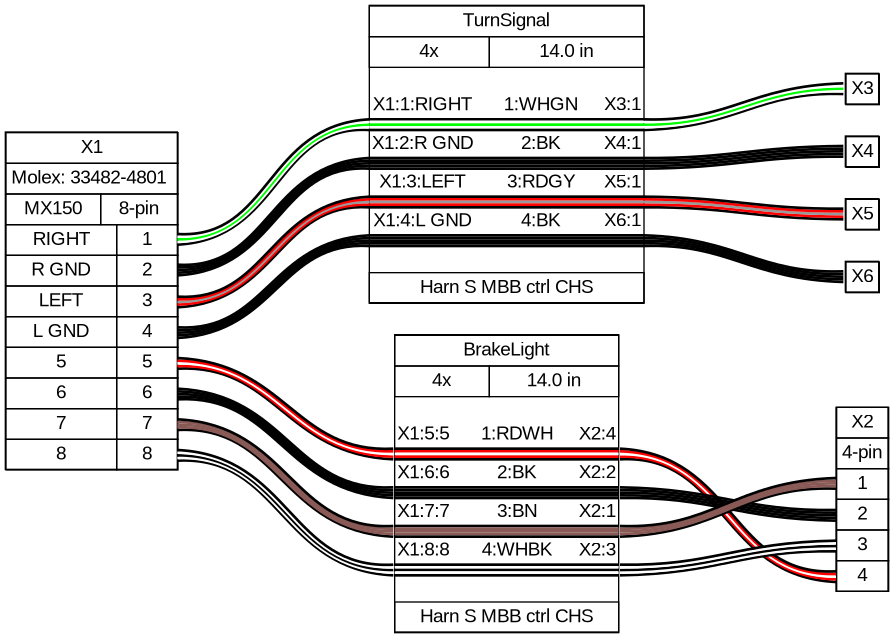
Above: harness/rear_lights.png in atomicdog/ZeroMotoWireharness (Graphviz), before the change. Its source is kept beside it as harness/rear_lights.gv.
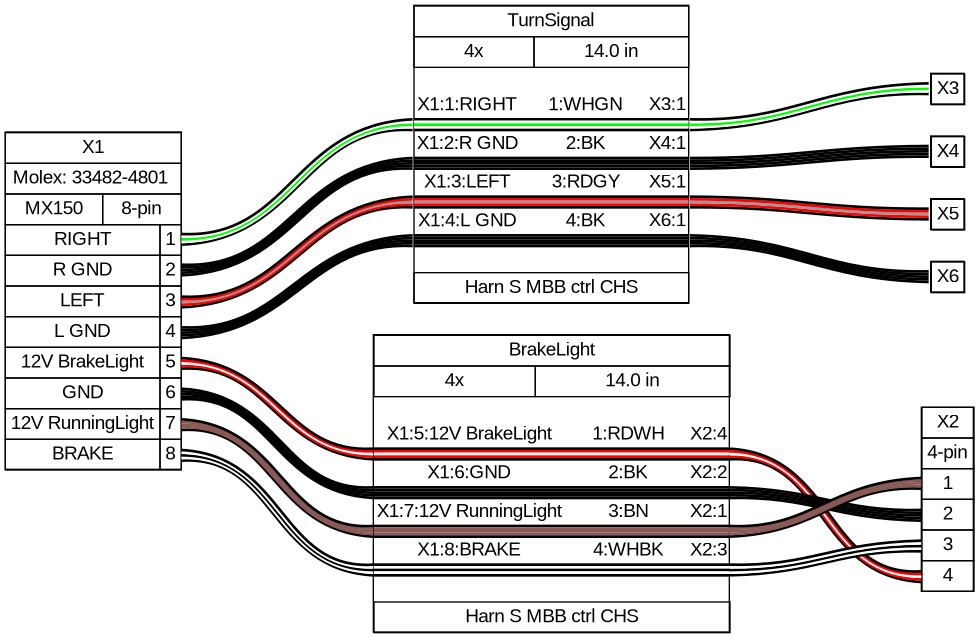
The same diagram one commit later.

Change to the diagram source:
```diff
@@ -39,19 +39,19 @@
     <td port="p4r">4</td>
    </tr>
    <tr>
-    <td>5</td>
+    <td>12V BrakeLight</td>
     <td port="p5r">5</td>
    </tr>
    <tr>
-    <td>6</td>
+    <td>GND</td>
     <td port="p6r">6</td>
    </tr>
    <tr>
-    <td>7</td>
+    <td>12V RunningLight</td>
     <td port="p7r">7</td>
    </tr>
    <tr>
-    <td>8</td>
+    <td>BRAKE</td>
     <td port="p8r">8</td>
    </tr>
   </table>
@@ -267,7 +267,7 @@
   <table border="0" cellspacing="0" cellborder="0">
    <tr><td>&nbsp;</td></tr>
    <tr>
-    <td>X1:5:5</td>
+    <td>X1:5:12V BrakeLight</td>
     <td>
      1:RDWH
     </td>
@@ -285,7 +285,7 @@
     </td>
    </tr>
    <tr>
-    <td>X1:6:6</td>
+    <td>X1:6:GND</td>
     <td>
      2:BK
     </td>
@@ -303,7 +303,7 @@
     </td>
    </tr>
    <tr>
-    <td>X1:7:7</td>
+    <td>X1:7:12V RunningLight</td>
     <td>
      3:BN
     </td>
@@ -321,7 +321,7 @@
     </td>
    </tr>
    <tr>
-    <td>X1:8:8</td>
+    <td>X1:8:BRAKE</td>
     <td>
      4:WHBK
     </td>
```
